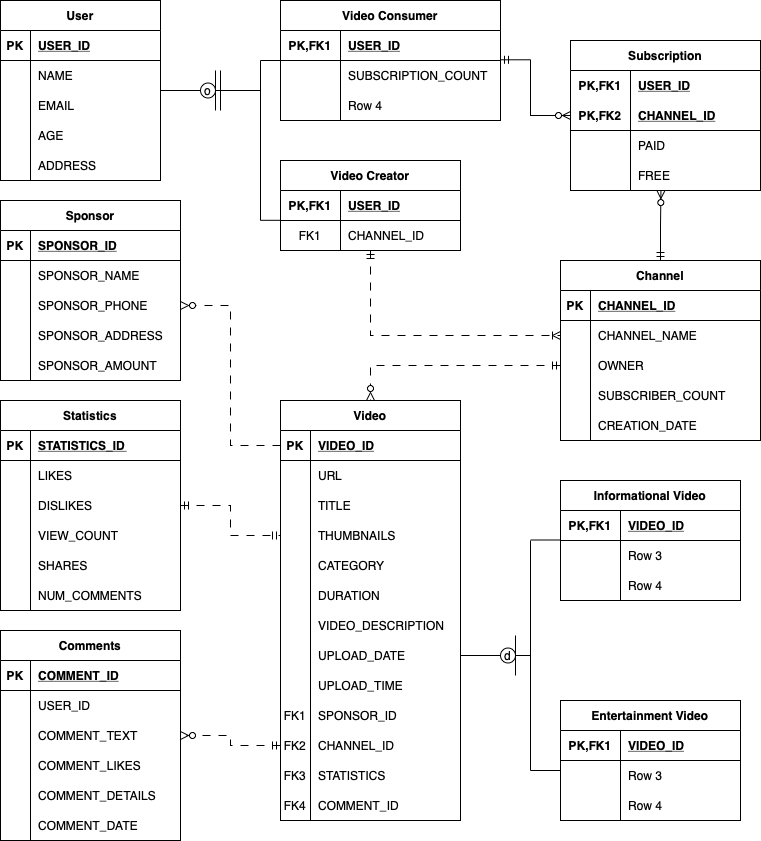
Above: YouTube (E)ER Diagram.drawio.png in JonathanSun218/USC-CSCI-585 (draw.io), before the change. Source tidied: cells renumbered, new cells last; positions are measured from the earlier drawing's top-left corner, leaving out a move shared by most shapes.
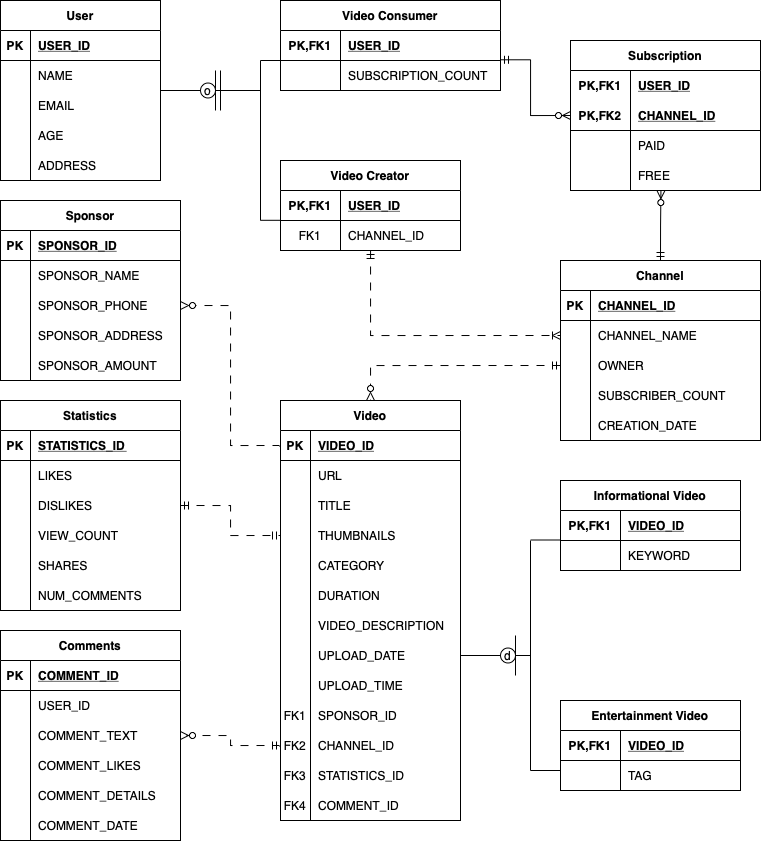
After the commit.

What changed in the source:
```diff
@@ -245,7 +245,7 @@
     <mxCell id="82" value="FK3" style="shape=partialRectangle;fillColor=none;top=0;left=0;bottom=0;right=0;fontStyle=0;overflow=hidden;" parent="81" vertex="1">
       <mxGeometry width="30" height="30" as="geometry" />
     </mxCell>
-    <mxCell id="83" value="STATISTICS" style="shape=partialRectangle;fillColor=none;top=0;left=0;bottom=0;right=0;align=left;spacingLeft=6;fontStyle=0;overflow=hidden;" parent="81" vertex="1">
+    <mxCell id="83" value="STATISTICS_ID" style="shape=partialRectangle;fillColor=none;top=0;left=0;bottom=0;right=0;align=left;spacingLeft=6;fontStyle=0;overflow=hidden;" parent="81" vertex="1">
       <mxGeometry x="30" width="150" height="30" as="geometry" />
     </mxCell>
     <mxCell id="84" style="shape=tableRow;horizontal=0;startSize=0;swimlaneHead=0;swimlaneBody=0;fillColor=none;top=0;left=0;right=0;bottom=0;" parent="47" vertex="1">
@@ -326,7 +326,7 @@
       </mxGeometry>
     </mxCell>
     <mxCell id="108" value="Video Consumer" style="shape=table;startSize=30;rowLines=0;fontStyle=1;align=center;" parent="1" vertex="1">
-      <mxGeometry x="280" width="220" height="120" as="geometry" />
+      <mxGeometry x="280" width="220" height="90" as="geometry" />
     </mxCell>
     <mxCell id="109" style="shape=tableRow;horizontal=0;startSize=0;swimlaneHead=0;swimlaneBody=0;fillColor=none;top=0;left=0;right=0;bottom=1;" parent="108" vertex="1">
       <mxGeometry y="30" width="220" height="30" as="geometry" />
@@ -346,15 +346,6 @@
     <mxCell id="114" value="SUBSCRIPTION_COUNT" style="shape=partialRectangle;fillColor=none;top=0;left=0;bottom=0;right=0;align=left;spacingLeft=6;overflow=hidden;" parent="112" vertex="1">
       <mxGeometry x="60" width="160" height="30" as="geometry" />
     </mxCell>
-    <mxCell id="115" style="shape=tableRow;horizontal=0;startSize=0;swimlaneHead=0;swimlaneBody=0;fillColor=none;top=0;left=0;right=0;bottom=0;" parent="108" vertex="1">
-      <mxGeometry y="90" width="220" height="30" as="geometry" />
-    </mxCell>
-    <mxCell id="116" style="shape=partialRectangle;fillColor=none;top=0;left=0;bottom=0;right=0;overflow=hidden;" parent="115" vertex="1">
-      <mxGeometry width="60" height="30" as="geometry" />
-    </mxCell>
-    <mxCell id="117" value="Row 4" style="shape=partialRectangle;fillColor=none;top=0;left=0;bottom=0;right=0;align=left;spacingLeft=6;overflow=hidden;" parent="115" vertex="1">
-      <mxGeometry x="60" width="160" height="30" as="geometry" />
-    </mxCell>
     <mxCell id="118" value="Video Creator" style="shape=table;startSize=30;rowLines=0;fontStyle=1;align=center;" parent="1" vertex="1">
       <mxGeometry x="280" y="160" width="180" height="90" as="geometry" />
     </mxCell>
@@ -377,7 +368,7 @@
       <mxGeometry x="60" width="120" height="30" as="geometry" />
     </mxCell>
     <mxCell id="125" value="Informational Video" style="shape=table;startSize=30;rowLines=0;fontStyle=1;align=center;" parent="1" vertex="1">
-      <mxGeometry x="560" y="480" width="180" height="120" as="geometry" />
+      <mxGeometry x="560" y="480" width="180" height="90" as="geometry" />
     </mxCell>
     <mxCell id="126" style="shape=tableRow;horizontal=0;startSize=0;swimlaneHead=0;swimlaneBody=0;fillColor=none;top=0;left=0;right=0;bottom=1;" parent="125" vertex="1">
       <mxGeometry y="30" width="180" height="30" as="geometry" />
@@ -394,20 +385,11 @@
     <mxCell id="130" style="shape=partialRectangle;fillColor=none;top=0;left=0;bottom=0;right=0;overflow=hidden;" parent="129" vertex="1">
       <mxGeometry width="60" height="30" as="geometry" />
     </mxCell>
-    <mxCell id="131" value="Row 3" style="shape=partialRectangle;fillColor=none;top=0;left=0;bottom=0;right=0;align=left;spacingLeft=6;overflow=hidden;" parent="129" vertex="1">
+    <mxCell id="131" value="KEYWORD" style="shape=partialRectangle;fillColor=none;top=0;left=0;bottom=0;right=0;align=left;spacingLeft=6;overflow=hidden;" parent="129" vertex="1">
       <mxGeometry x="60" width="120" height="30" as="geometry" />
     </mxCell>
-    <mxCell id="132" style="shape=tableRow;horizontal=0;startSize=0;swimlaneHead=0;swimlaneBody=0;fillColor=none;top=0;left=0;right=0;bottom=0;" parent="125" vertex="1">
-      <mxGeometry y="90" width="180" height="30" as="geometry" />
-    </mxCell>
-    <mxCell id="133" style="shape=partialRectangle;fillColor=none;top=0;left=0;bottom=0;right=0;overflow=hidden;" parent="132" vertex="1">
-      <mxGeometry width="60" height="30" as="geometry" />
-    </mxCell>
-    <mxCell id="134" value="Row 4" style="shape=partialRectangle;fillColor=none;top=0;left=0;bottom=0;right=0;align=left;spacingLeft=6;overflow=hidden;" parent="132" vertex="1">
-      <mxGeometry x="60" width="120" height="30" as="geometry" />
-    </mxCell>
     <mxCell id="135" value="Entertainment Video" style="shape=table;startSize=30;rowLines=0;fontStyle=1;align=center;" parent="1" vertex="1">
-      <mxGeometry x="560" y="700" width="180" height="120" as="geometry" />
+      <mxGeometry x="560" y="700" width="180" height="90" as="geometry" />
     </mxCell>
     <mxCell id="136" style="shape=tableRow;horizontal=0;startSize=0;swimlaneHead=0;swimlaneBody=0;fillColor=none;top=0;left=0;right=0;bottom=1;" parent="135" vertex="1">
       <mxGeometry y="30" width="180" height="30" as="geometry" />
@@ -424,18 +406,9 @@
     <mxCell id="140" style="shape=partialRectangle;fillColor=none;top=0;left=0;bottom=0;right=0;overflow=hidden;" parent="139" vertex="1">
       <mxGeometry width="60" height="30" as="geometry" />
     </mxCell>
-    <mxCell id="141" value="Row 3" style="shape=partialRectangle;fillColor=none;top=0;left=0;bottom=0;right=0;align=left;spacingLeft=6;overflow=hidden;" parent="139" vertex="1">
+    <mxCell id="141" value="TAG" style="shape=partialRectangle;fillColor=none;top=0;left=0;bottom=0;right=0;align=left;spacingLeft=6;overflow=hidden;" parent="139" vertex="1">
       <mxGeometry x="60" width="120" height="30" as="geometry" />
     </mxCell>
-    <mxCell id="142" style="shape=tableRow;horizontal=0;startSize=0;swimlaneHead=0;swimlaneBody=0;fillColor=none;top=0;left=0;right=0;bottom=0;" parent="135" vertex="1">
-      <mxGeometry y="90" width="180" height="30" as="geometry" />
-    </mxCell>
-    <mxCell id="143" style="shape=partialRectangle;fillColor=none;top=0;left=0;bottom=0;right=0;overflow=hidden;" parent="142" vertex="1">
-      <mxGeometry width="60" height="30" as="geometry" />
-    </mxCell>
-    <mxCell id="144" value="Row 4" style="shape=partialRectangle;fillColor=none;top=0;left=0;bottom=0;right=0;align=left;spacingLeft=6;overflow=hidden;" parent="142" vertex="1">
-      <mxGeometry x="60" width="120" height="30" as="geometry" />
-    </mxCell>
     <mxCell id="145" style="endArrow=none;html=1;rounded=0;" parent="1" edge="1" target="146">
       <mxGeometry relative="1" as="geometry">
         <mxPoint x="260" y="90" as="sourcePoint" />
```
